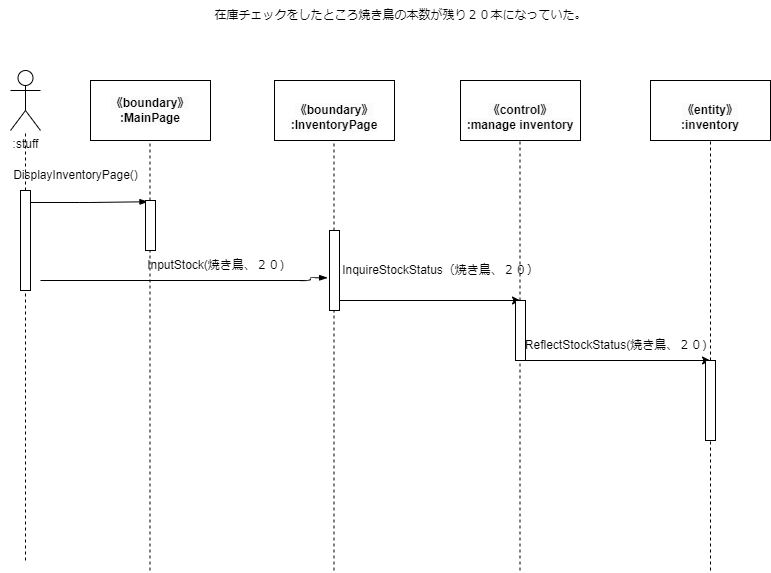
Before: psp4/シーケンス図/シーケンス図_在庫管理.drawio.png, a diagram exported from draw.io (MasakiHiguchi/---). Source tidied: cells renumbered, new cells last; positions are measured from the earlier drawing's top-left corner, leaving out a move shared by most shapes.
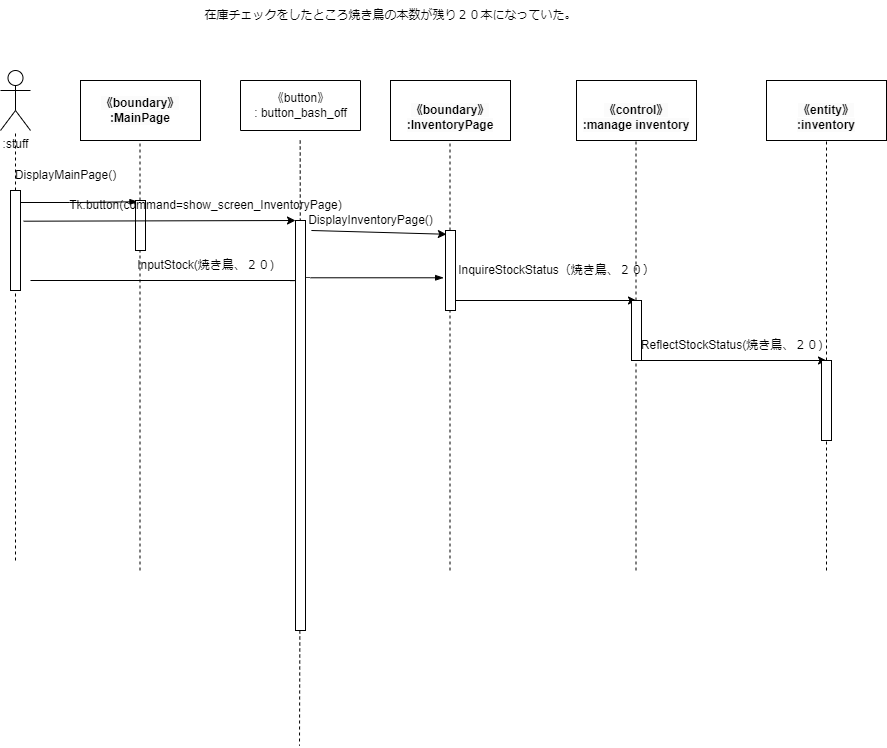
After the change.

Diff of the diagram source:
```diff
@@ -3,10 +3,10 @@
     <mxCell id="0" />
     <mxCell id="1" parent="0" />
     <mxCell id="2" value=":stuff" style="shape=umlActor;verticalLabelPosition=bottom;verticalAlign=top;html=1;outlineConnect=0;" parent="1" vertex="1">
-      <mxGeometry x="10" y="70" width="30" height="60" as="geometry" />
+      <mxGeometry x="-116" y="70" width="30" height="60" as="geometry" />
     </mxCell>
     <mxCell id="3" value="&lt;span style=&quot;color: rgb(0, 0, 0); font-family: Helvetica; font-size: 12px; font-style: normal; font-variant-ligatures: normal; font-variant-caps: normal; font-weight: 700; letter-spacing: normal; orphans: 2; text-align: center; text-indent: 0px; text-transform: none; widows: 2; word-spacing: 0px; -webkit-text-stroke-width: 0px; background-color: rgb(251, 251, 251); text-decoration-thickness: initial; text-decoration-style: initial; text-decoration-color: initial; float: none; display: inline !important;&quot;&gt;《boundary》&lt;/span&gt;&lt;br style=&quot;border-color: var(--border-color); color: rgb(0, 0, 0); font-family: Helvetica; font-size: 12px; font-style: normal; font-variant-ligatures: normal; font-variant-caps: normal; font-weight: 700; letter-spacing: normal; orphans: 2; text-align: center; text-indent: 0px; text-transform: none; widows: 2; word-spacing: 0px; -webkit-text-stroke-width: 0px; background-color: rgb(251, 251, 251); text-decoration-thickness: initial; text-decoration-style: initial; text-decoration-color: initial;&quot;&gt;&lt;span style=&quot;color: rgb(0, 0, 0); font-family: Helvetica; font-size: 12px; font-style: normal; font-variant-ligatures: normal; font-variant-caps: normal; font-weight: 700; letter-spacing: normal; orphans: 2; text-align: center; text-indent: 0px; text-transform: none; widows: 2; word-spacing: 0px; -webkit-text-stroke-width: 0px; background-color: rgb(251, 251, 251); text-decoration-thickness: initial; text-decoration-style: initial; text-decoration-color: initial; float: none; display: inline !important;&quot;&gt;:MainPage&lt;/span&gt;" style="rounded=0;whiteSpace=wrap;html=1;" parent="1" vertex="1">
-      <mxGeometry x="90" y="80" width="120" height="60" as="geometry" />
+      <mxGeometry x="-36" y="80" width="120" height="60" as="geometry" />
     </mxCell>
     <mxCell id="4" value="&lt;br&gt;&lt;span style=&quot;color: rgb(0, 0, 0); font-family: Helvetica; font-size: 12px; font-style: normal; font-variant-ligatures: normal; font-variant-caps: normal; font-weight: 700; letter-spacing: normal; orphans: 2; text-align: center; text-indent: 0px; text-transform: none; widows: 2; word-spacing: 0px; -webkit-text-stroke-width: 0px; background-color: rgb(251, 251, 251); text-decoration-thickness: initial; text-decoration-style: initial; text-decoration-color: initial; float: none; display: inline !important;&quot;&gt;《boundary》&lt;/span&gt;&lt;br style=&quot;border-color: var(--border-color); color: rgb(0, 0, 0); font-family: Helvetica; font-size: 12px; font-style: normal; font-variant-ligatures: normal; font-variant-caps: normal; font-weight: 700; letter-spacing: normal; orphans: 2; text-align: center; text-indent: 0px; text-transform: none; widows: 2; word-spacing: 0px; -webkit-text-stroke-width: 0px; background-color: rgb(251, 251, 251); text-decoration-thickness: initial; text-decoration-style: initial; text-decoration-color: initial;&quot;&gt;&lt;span style=&quot;color: rgb(0, 0, 0); font-family: Helvetica; font-size: 12px; font-style: normal; font-variant-ligatures: normal; font-variant-caps: normal; font-weight: 700; letter-spacing: normal; orphans: 2; text-align: center; text-indent: 0px; text-transform: none; widows: 2; word-spacing: 0px; -webkit-text-stroke-width: 0px; background-color: rgb(251, 251, 251); text-decoration-thickness: initial; text-decoration-style: initial; text-decoration-color: initial; float: none; display: inline !important;&quot;&gt;:InventoryPage&lt;/span&gt;" style="rounded=0;whiteSpace=wrap;html=1;" parent="1" vertex="1">
       <mxGeometry x="274" y="80" width="120" height="60" as="geometry" />
@@ -22,7 +22,7 @@
     </mxCell>
     <mxCell id="8" style="endArrow=none;dashed=1;html=1;startArrow=none;" parent="1" edge="1" source="18">
       <mxGeometry relative="1" as="geometry">
-        <mxPoint x="149.5" y="140" as="targetPoint" />
+        <mxPoint x="23.5" y="140" as="targetPoint" />
       </mxGeometry>
     </mxCell>
     <mxCell id="9" style="endArrow=none;dashed=1;html=1;startArrow=none;" parent="1" edge="1" source="28">
@@ -41,31 +41,31 @@
       </mxGeometry>
     </mxCell>
     <mxCell id="12" value="在庫チェックをしたところ焼き鳥の本数が残り２０本になっていた。" style="text;html=1;align=center;verticalAlign=middle;strokeColor=none;fillColor=none;" parent="1" vertex="1">
-      <mxGeometry x="200" width="400" height="30" as="geometry" />
+      <mxGeometry x="74" width="400" height="30" as="geometry" />
     </mxCell>
     <mxCell id="13" style="endArrow=none;dashed=1;html=1;" parent="1" edge="1" target="14">
       <mxGeometry relative="1" as="geometry">
-        <mxPoint x="25" y="560" as="sourcePoint" />
+        <mxPoint x="-101" y="560" as="sourcePoint" />
       </mxGeometry>
     </mxCell>
     <mxCell id="14" style="html=1;points=[];perimeter=orthogonalPerimeter;" parent="1" vertex="1">
-      <mxGeometry x="20" y="190" width="10" height="100" as="geometry" />
+      <mxGeometry x="-106" y="190" width="10" height="100" as="geometry" />
     </mxCell>
     <mxCell id="15" style="edgeStyle=elbowEdgeStyle;fontSize=12;html=1;endArrow=blockThin;endFill=1;entryX=0.245;entryY=0.025;entryDx=0;entryDy=0;entryPerimeter=0;" parent="1" edge="1" target="18">
       <mxGeometry relative="1" as="geometry">
-        <mxPoint x="30" y="202" as="sourcePoint" />
+        <mxPoint x="-96" y="202" as="sourcePoint" />
       </mxGeometry>
     </mxCell>
-    <mxCell id="16" value="DisplayInventoryPage()" style="text;html=1;align=center;verticalAlign=middle;strokeColor=none;fillColor=none;" parent="1" vertex="1">
-      <mxGeometry y="160" width="150" height="30" as="geometry" />
+    <mxCell id="16" value="DisplayMainPage()" style="text;html=1;align=center;verticalAlign=middle;strokeColor=none;fillColor=none;" parent="1" vertex="1">
+      <mxGeometry x="-111" y="160" width="120" height="30" as="geometry" />
     </mxCell>
     <mxCell id="17" style="endArrow=none;dashed=1;html=1;" parent="1" edge="1" target="18">
       <mxGeometry relative="1" as="geometry">
-        <mxPoint x="149.5" y="570" as="sourcePoint" />
+        <mxPoint x="23.5" y="570" as="sourcePoint" />
       </mxGeometry>
     </mxCell>
     <mxCell id="18" style="html=1;points=[];perimeter=orthogonalPerimeter;" parent="1" vertex="1">
-      <mxGeometry x="145" y="200" width="10" height="50" as="geometry" />
+      <mxGeometry x="19" y="200" width="10" height="50" as="geometry" />
     </mxCell>
     <mxCell id="19" style="endArrow=none;dashed=1;html=1;" parent="1" edge="1" target="21">
       <mxGeometry relative="1" as="geometry">
@@ -82,14 +82,14 @@
     </mxCell>
     <mxCell id="22" style="edgeStyle=elbowEdgeStyle;fontSize=12;html=1;endArrow=blockThin;endFill=1;entryX=-0.189;entryY=0.591;entryDx=0;entryDy=0;entryPerimeter=0;" parent="1" edge="1" target="21">
       <mxGeometry relative="1" as="geometry">
-        <mxPoint x="40" y="280" as="sourcePoint" />
+        <mxPoint x="-86" y="280" as="sourcePoint" />
         <Array as="points">
-          <mxPoint x="310" y="310" />
+          <mxPoint x="184" y="310" />
         </Array>
       </mxGeometry>
     </mxCell>
     <mxCell id="23" value="InputStock(焼き鳥、２０)" style="text;html=1;align=center;verticalAlign=middle;strokeColor=none;fillColor=none;" parent="1" vertex="1">
-      <mxGeometry x="135" y="250" width="160" height="30" as="geometry" />
+      <mxGeometry x="9" y="250" width="160" height="30" as="geometry" />
     </mxCell>
     <mxCell id="24" style="endArrow=none;dashed=1;html=1;" parent="1" edge="1" target="26">
       <mxGeometry relative="1" as="geometry">
@@ -118,5 +118,36 @@
     <mxCell id="30" value="&lt;span style=&quot;text-align: left;&quot;&gt;ReflectStockStatus(焼き鳥、２０)&lt;/span&gt;" style="text;html=1;align=center;verticalAlign=middle;strokeColor=none;fillColor=none;" parent="1" vertex="1">
       <mxGeometry x="515" y="330" width="200" height="30" as="geometry" />
     </mxCell>
+    <mxCell id="31" style="edgeStyle=none;html=1;endArrow=none;endFill=0;dashed=1;startArrow=none;" parent="1" edge="1" source="36">
+      <mxGeometry relative="1" as="geometry">
+        <mxPoint x="183" y="745.3" as="targetPoint" />
+      </mxGeometry>
+    </mxCell>
+    <mxCell id="32" style="swimlane;startSize=0;" parent="1" vertex="1">
+      <mxGeometry x="124" y="80" width="120" height="50" as="geometry" />
+    </mxCell>
+    <mxCell id="33" value="《button》&lt;br&gt;: button_bash_off" style="text;html=1;align=center;verticalAlign=middle;strokeColor=none;fillColor=none;" parent="32" vertex="1">
+      <mxGeometry y="5" width="120" height="40" as="geometry" />
+    </mxCell>
+    <mxCell id="34" style="edgeStyle=none;html=1;endArrow=none;endFill=0;dashed=1;" parent="1" edge="1" target="36">
+      <mxGeometry relative="1" as="geometry">
+        <mxPoint x="183.7" y="140" as="sourcePoint" />
+      </mxGeometry>
+    </mxCell>
+    <mxCell id="35" style="edgeStyle=none;html=1;exitX=0.853;exitY=1.333;exitDx=0;exitDy=0;entryX=0.087;entryY=0.047;entryDx=0;entryDy=0;entryPerimeter=0;exitPerimeter=0;" parent="1" edge="1" source="37" target="21">
+      <mxGeometry relative="1" as="geometry" />
+    </mxCell>
+    <mxCell id="36" style="rounded=0;whiteSpace=wrap;html=1;" parent="1" vertex="1">
+      <mxGeometry x="179" y="220" width="10" height="410" as="geometry" />
+    </mxCell>
+    <mxCell id="37" value="Tk.button(command=show_screen_InventoryPage)" style="text;html=1;align=center;verticalAlign=middle;points=[];strokeColor=none;fillColor=none;" parent="1" vertex="1">
+      <mxGeometry x="-61" y="190" width="300" height="30" as="geometry" />
+    </mxCell>
+    <mxCell id="38" value="DisplayInventoryPage()" style="text;html=1;align=center;verticalAlign=middle;strokeColor=none;fillColor=none;" parent="1" vertex="1">
+      <mxGeometry x="179" y="205" width="150" height="30" as="geometry" />
+    </mxCell>
+    <mxCell id="39" style="edgeStyle=none;html=1;entryX=0;entryY=0;entryDx=0;entryDy=0;exitX=1.305;exitY=0.307;exitDx=0;exitDy=0;exitPerimeter=0;" parent="1" edge="1" source="14" target="36">
+      <mxGeometry relative="1" as="geometry" />
+    </mxCell>
   </root>
 </mxGraphModel>
```
